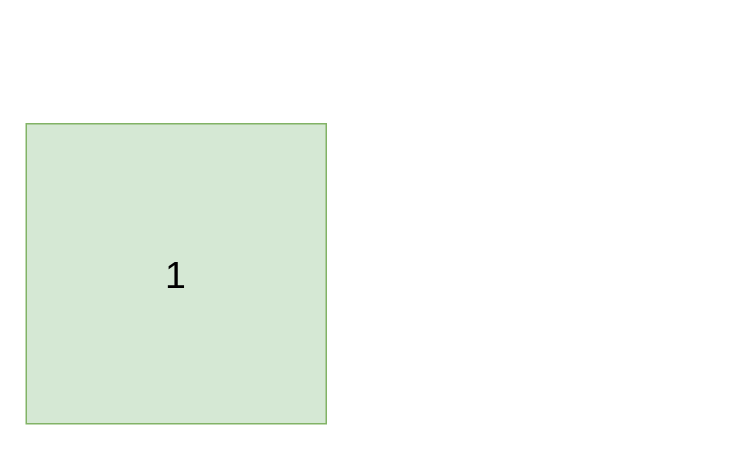
The draw.io diagram bigworld-load-balance-cell-single-1.drawio in antsmallant/MyDraw, before the edit. Source tidied: cells renumbered, new cells numbered last; positions are measured from the earlier drawing's top-left corner, leaving out a move shared by most shapes. Both pictures are drawn from the tidied source at 150%, with x=0, y=0 at pixel (26, 123).
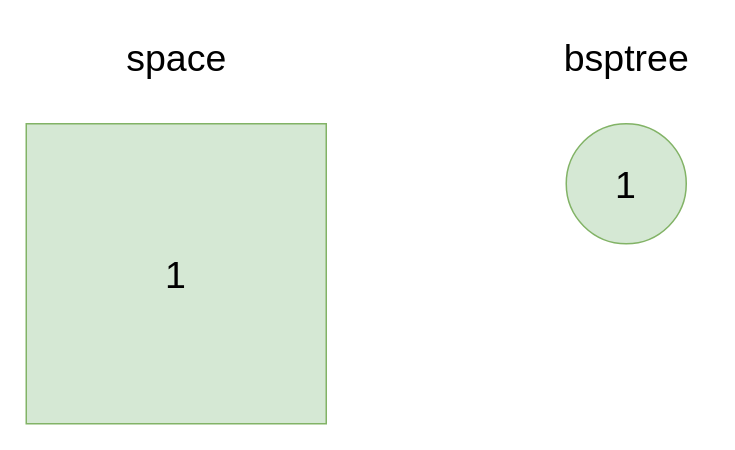
Above is the later version.

What changed in the source:
```diff
@@
 <mxGraphModel>
   <root>
     <mxCell id="0" />
     <mxCell id="1" parent="0" />
     <mxCell id="2" value="1" style="rounded=0;whiteSpace=wrap;html=1;fillColor=#d5e8d4;strokeColor=#82b366;fontSize=25;" parent="1" vertex="1">
       <mxGeometry width="200" height="200" as="geometry" />
     </mxCell>
+    <mxCell id="3" value="1" style="ellipse;whiteSpace=wrap;html=1;fontSize=25;fillColor=#d5e8d4;strokeColor=#82b366;" parent="1" vertex="1">
+      <mxGeometry x="360" width="80" height="80" as="geometry" />
+    </mxCell>
+    <mxCell id="4" value="space" style="text;html=1;align=center;verticalAlign=middle;strokeColor=none;fillColor=none;fontSize=25;" parent="1" vertex="1">
+      <mxGeometry x="55" y="-65" width="90" height="40" as="geometry" />
+    </mxCell>
+    <mxCell id="5" value="bsptree" style="text;html=1;align=center;verticalAlign=middle;strokeColor=none;fillColor=none;fontSize=25;" parent="1" vertex="1">
+      <mxGeometry x="345" y="-65" width="110" height="40" as="geometry" />
+    </mxCell>
   </root>
 </mxGraphModel>
```
